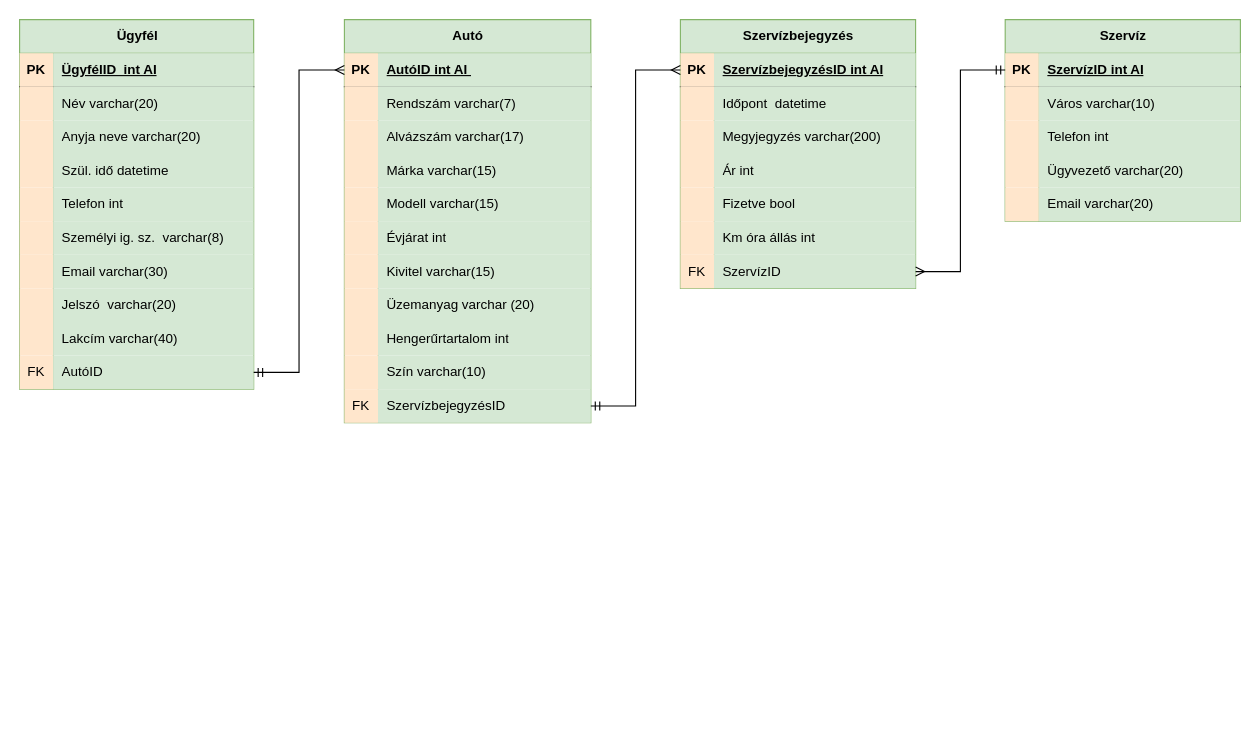
Before: Dokumentumok/Adatbázis/Eszerviz.drawio in bsze2szikri/E_szervizkonyv, a draw.io diagram. Source tidied: cells renumbered, new cells numbered last; positions are measured from the earlier drawing's top-left corner, leaving out a move shared by most shapes. Both pictures are drawn from the tidied source at 112%, with x=0, y=0 at pixel (19, 19).
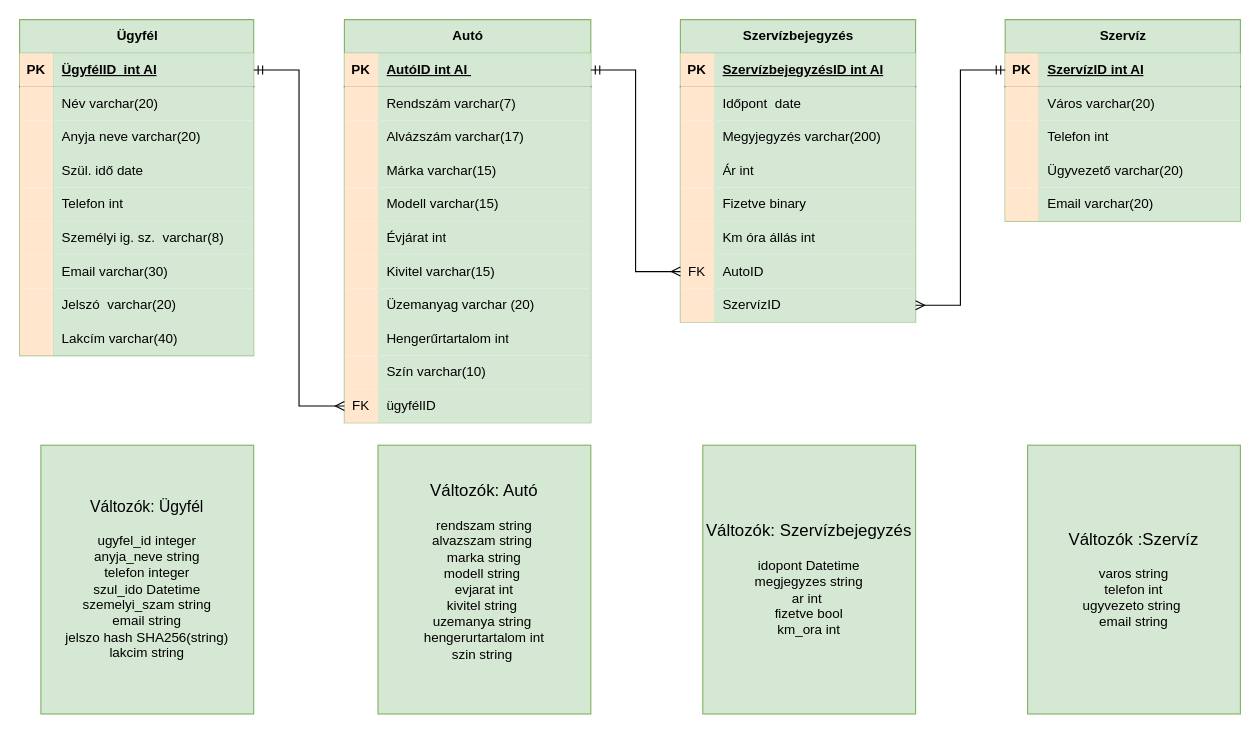
After the change.

The change refers to these unchanged cells:
```xml
<mxCell id="3" style="shape=tableRow;horizontal=0;startSize=0;swimlaneHead=0;swimlaneBody=0;fillColor=none;points=[[0,0.5],[1,0.5]];portConstraint=eastwest;top=0;left=0;right=0;bottom=1;" parent="2" vertex="1">
  <mxGeometry y="30" width="209" height="30" as="geometry" />
</mxCell>
<mxCell id="12" style="shape=tableRow;horizontal=0;startSize=0;swimlaneHead=0;swimlaneBody=0;fillColor=none;top=0;left=0;right=0;bottom=0;" parent="2" vertex="1">
  <mxGeometry y="120" width="209" height="30" as="geometry" />
</mxCell>
<mxCell id="34" style="shape=tableRow;horizontal=0;startSize=0;swimlaneHead=0;swimlaneBody=0;fillColor=none;points=[[0,0.5],[1,0.5]];portConstraint=eastwest;top=0;left=0;right=0;bottom=1;" parent="33" vertex="1">
  <mxGeometry y="30" width="220" height="30" as="geometry" />
</mxCell>
<mxCell id="64" style="shape=tableRow;horizontal=0;startSize=0;swimlaneHead=0;swimlaneBody=0;fillColor=none;points=[[0,0.5],[1,0.5]];portConstraint=eastwest;top=0;left=0;right=0;bottom=0;" parent="33" vertex="1">
  <mxGeometry y="330" width="220" height="30" as="geometry" />
</mxCell>
<mxCell id="68" style="shape=tableRow;horizontal=0;startSize=0;swimlaneHead=0;swimlaneBody=0;fillColor=none;points=[[0,0.5],[1,0.5]];portConstraint=eastwest;top=0;left=0;right=0;bottom=1;" parent="67" vertex="1">
  <mxGeometry y="30" width="210" height="30" as="geometry" />
</mxCell>
<mxCell id="71" style="shape=tableRow;horizontal=0;startSize=0;swimlaneHead=0;swimlaneBody=0;fillColor=none;top=0;left=0;right=0;bottom=0;" parent="67" vertex="1">
  <mxGeometry y="60" width="210" height="30" as="geometry" />
</mxCell>
<mxCell id="80" style="shape=tableRow;horizontal=0;startSize=0;swimlaneHead=0;swimlaneBody=0;fillColor=none;top=0;left=0;right=0;bottom=0;" parent="67" vertex="1">
  <mxGeometry y="150" width="210" height="30" as="geometry" />
</mxCell>
<mxCell id="86" style="shape=tableRow;horizontal=0;startSize=0;swimlaneHead=0;swimlaneBody=0;fillColor=none;points=[[0,0.5],[1,0.5]];portConstraint=eastwest;top=0;left=0;right=0;bottom=0;" parent="67" vertex="1">
  <mxGeometry y="210" width="210" height="30" as="geometry" />
</mxCell>
<mxCell id="90" style="shape=tableRow;horizontal=0;startSize=0;swimlaneHead=0;swimlaneBody=0;fillColor=none;points=[[0,0.5],[1,0.5]];portConstraint=eastwest;top=0;left=0;right=0;bottom=1;" parent="89" vertex="1">
  <mxGeometry y="30" width="210" height="30" as="geometry" />
</mxCell>
<mxCell id="93" style="shape=tableRow;horizontal=0;startSize=0;swimlaneHead=0;swimlaneBody=0;fillColor=none;top=0;left=0;right=0;bottom=0;" parent="89" vertex="1">
  <mxGeometry y="60" width="210" height="30" as="geometry" />
</mxCell>
```

What changed in the source:
```diff
@@
     <mxCell id="2" value="Ügyfél" style="shape=table;startSize=30;childLayout=tableLayout;rowLines=0;fontStyle=1;align=center;html=1;fillColor=#d5e8d4;strokeColor=#82b366;" parent="1" vertex="1">
-      <mxGeometry width="209" height="330" as="geometry" />
+      <mxGeometry width="209" height="300" as="geometry" />
     </mxCell>
@@
-    <mxCell id="14" value="Szül. idő datetime" style="shape=partialRectangle;fillColor=#d5e8d4;top=0;left=0;bottom=0;right=0;align=left;spacingLeft=6;overflow=hidden;whiteSpace=wrap;html=1;strokeColor=#82b366;" parent="12" vertex="1">
+    <mxCell id="14" value="Szül. idő date" style="shape=partialRectangle;fillColor=#d5e8d4;top=0;left=0;bottom=0;right=0;align=left;spacingLeft=6;overflow=hidden;whiteSpace=wrap;html=1;strokeColor=#82b366;" parent="12" vertex="1">
       <mxGeometry x="30" width="179" height="30" as="geometry" />
     </mxCell>
@@
-    <mxCell id="30" style="shape=tableRow;horizontal=0;startSize=0;swimlaneHead=0;swimlaneBody=0;fillColor=none;points=[[0,0.5],[1,0.5]];portConstraint=eastwest;top=0;left=0;right=0;bottom=0;" parent="2" vertex="1">
-      <mxGeometry y="300" width="209" height="30" as="geometry" />
-    </mxCell>
-    <mxCell id="31" value="FK" style="shape=partialRectangle;fillColor=#ffe6cc;top=0;left=0;bottom=0;right=0;overflow=hidden;whiteSpace=wrap;html=1;strokeColor=#d79b00;" parent="30" vertex="1">
-      <mxGeometry width="30" height="30" as="geometry" />
-    </mxCell>
-    <mxCell id="32" value="AutóID" style="shape=partialRectangle;fillColor=#d5e8d4;top=0;left=0;bottom=0;right=0;align=left;spacingLeft=6;overflow=hidden;whiteSpace=wrap;html=1;strokeColor=#82b366;" parent="30" vertex="1">
-      <mxGeometry x="30" width="179" height="30" as="geometry" />
-    </mxCell>
@@
-    <mxCell id="66" value="SzervízbejegyzésID" style="shape=partialRectangle;fillColor=#d5e8d4;top=0;left=0;bottom=0;right=0;align=left;spacingLeft=6;overflow=hidden;whiteSpace=wrap;html=1;strokeColor=#82b366;" parent="64" vertex="1">
+    <mxCell id="66" value="ügyfélID" style="shape=partialRectangle;fillColor=#d5e8d4;top=0;left=0;bottom=0;right=0;align=left;spacingLeft=6;overflow=hidden;whiteSpace=wrap;html=1;strokeColor=#82b366;" parent="64" vertex="1">
       <mxGeometry x="30" width="190" height="30" as="geometry" />
     </mxCell>
     <mxCell id="67" value="Szervízbejegyzés" style="shape=table;startSize=30;childLayout=tableLayout;rowLines=0;fontStyle=1;align=center;html=1;fillColor=#d5e8d4;strokeColor=#82b366;" parent="1" vertex="1">
-      <mxGeometry x="590" width="210" height="240" as="geometry" />
+      <mxGeometry x="590" width="210" height="270" as="geometry" />
     </mxCell>
@@
-    <mxCell id="73" value="Időpont&amp;nbsp; datetime" style="shape=partialRectangle;fillColor=#d5e8d4;top=0;left=0;bottom=0;right=0;align=left;spacingLeft=6;overflow=hidden;whiteSpace=wrap;html=1;strokeColor=#82b366;shadow=0;" parent="71" vertex="1">
+    <mxCell id="73" value="Időpont&amp;nbsp; date" style="shape=partialRectangle;fillColor=#d5e8d4;top=0;left=0;bottom=0;right=0;align=left;spacingLeft=6;overflow=hidden;whiteSpace=wrap;html=1;strokeColor=#82b366;shadow=0;" parent="71" vertex="1">
       <mxGeometry x="30" width="180" height="30" as="geometry" />
     </mxCell>
@@
-    <mxCell id="82" value="Fizetve bool" style="shape=partialRectangle;fillColor=#d5e8d4;top=0;left=0;bottom=0;right=0;align=left;spacingLeft=6;overflow=hidden;whiteSpace=wrap;html=1;strokeColor=#82b366;shadow=0;" parent="80" vertex="1">
+    <mxCell id="82" value="Fizetve binary" style="shape=partialRectangle;fillColor=#d5e8d4;top=0;left=0;bottom=0;right=0;align=left;spacingLeft=6;overflow=hidden;whiteSpace=wrap;html=1;strokeColor=#82b366;shadow=0;" parent="80" vertex="1">
       <mxGeometry x="30" width="180" height="30" as="geometry" />
     </mxCell>
@@
-    <mxCell id="88" value="SzervízID" style="shape=partialRectangle;fillColor=#d5e8d4;top=0;left=0;bottom=0;right=0;align=left;spacingLeft=6;overflow=hidden;whiteSpace=wrap;html=1;strokeColor=#82b366;shadow=0;" parent="86" vertex="1">
+    <mxCell id="88" value="AutoID" style="shape=partialRectangle;fillColor=#d5e8d4;top=0;left=0;bottom=0;right=0;align=left;spacingLeft=6;overflow=hidden;whiteSpace=wrap;html=1;strokeColor=#82b366;shadow=0;" parent="86" vertex="1">
       <mxGeometry x="30" width="180" height="30" as="geometry" />
     </mxCell>
+    <mxCell id="108" style="shape=tableRow;horizontal=0;startSize=0;swimlaneHead=0;swimlaneBody=0;fillColor=none;points=[[0,0.5],[1,0.5]];portConstraint=eastwest;top=0;left=0;right=0;bottom=0;" parent="67" vertex="1">
+      <mxGeometry y="240" width="210" height="30" as="geometry" />
+    </mxCell>
+    <mxCell id="109" style="shape=partialRectangle;fillColor=#ffe6cc;top=0;left=0;bottom=0;right=0;overflow=hidden;whiteSpace=wrap;html=1;strokeColor=#d79b00;" parent="108" vertex="1">
+      <mxGeometry width="30" height="30" as="geometry" />
+    </mxCell>
+    <mxCell id="110" value="SzervízID" style="shape=partialRectangle;fillColor=#d5e8d4;top=0;left=0;bottom=0;right=0;align=left;spacingLeft=6;overflow=hidden;whiteSpace=wrap;html=1;strokeColor=#82b366;shadow=0;" parent="108" vertex="1">
+      <mxGeometry x="30" width="180" height="30" as="geometry" />
+    </mxCell>
@@
-    <mxCell id="95" value="Város varchar(10)" style="shape=partialRectangle;fillColor=#d5e8d4;top=0;left=0;bottom=0;right=0;align=left;spacingLeft=6;overflow=hidden;whiteSpace=wrap;html=1;strokeColor=#82b366;shadow=0;" parent="93" vertex="1">
+    <mxCell id="95" value="Város varchar(20)" style="shape=partialRectangle;fillColor=#d5e8d4;top=0;left=0;bottom=0;right=0;align=left;spacingLeft=6;overflow=hidden;whiteSpace=wrap;html=1;strokeColor=#82b366;shadow=0;" parent="93" vertex="1">
       <mxGeometry x="30" width="180" height="30" as="geometry" />
     </mxCell>
@@
-    <mxCell id="105" style="edgeStyle=orthogonalEdgeStyle;rounded=0;jettySize=auto;html=1;entryX=0;entryY=0.5;entryDx=0;entryDy=0;startArrow=ERmandOne;startFill=0;endArrow=ERmany;endFill=0;exitX=1;exitY=0.5;exitDx=0;exitDy=0;" parent="1" edge="1" source="30" target="34">
+    <mxCell id="105" style="edgeStyle=orthogonalEdgeStyle;rounded=0;jettySize=auto;html=1;entryX=0;entryY=0.5;entryDx=0;entryDy=0;startArrow=ERmandOne;startFill=0;endArrow=ERmany;endFill=0;exitX=1;exitY=0.5;exitDx=0;exitDy=0;" parent="1" edge="1" source="3" target="64">
       <mxGeometry relative="1" as="geometry" />
     </mxCell>
-    <mxCell id="106" style="edgeStyle=orthogonalEdgeStyle;rounded=0;jettySize=auto;html=1;startArrow=ERmandOne;startFill=0;endArrow=ERmany;endFill=0;entryX=0;entryY=0.5;entryDx=0;entryDy=0;exitX=1;exitY=0.5;exitDx=0;exitDy=0;" parent="1" edge="1" source="64" target="68">
+    <mxCell id="106" style="edgeStyle=orthogonalEdgeStyle;rounded=0;jettySize=auto;html=1;startArrow=ERmandOne;startFill=0;endArrow=ERmany;endFill=0;entryX=0;entryY=0.5;entryDx=0;entryDy=0;exitX=1;exitY=0.5;exitDx=0;exitDy=0;" parent="1" edge="1" source="34" target="86">
       <mxGeometry relative="1" as="geometry" />
     </mxCell>
-    <mxCell id="107" style="edgeStyle=orthogonalEdgeStyle;rounded=0;jettySize=auto;html=1;entryX=0;entryY=0.5;entryDx=0;entryDy=0;startArrow=ERmany;startFill=0;endArrow=ERmandOne;endFill=0;exitX=1;exitY=0.5;exitDx=0;exitDy=0;" parent="1" edge="1" source="86" target="90">
+    <mxCell id="107" style="edgeStyle=orthogonalEdgeStyle;rounded=0;jettySize=auto;html=1;entryX=0;entryY=0.5;entryDx=0;entryDy=0;startArrow=ERmany;startFill=0;endArrow=ERmandOne;endFill=0;exitX=1;exitY=0.5;exitDx=0;exitDy=0;" parent="1" edge="1" source="108" target="90">
       <mxGeometry relative="1" as="geometry" />
     </mxCell>
+    <mxCell id="111" value="&lt;font style=&quot;&quot;&gt;&lt;font style=&quot;font-size: 15px;&quot;&gt;Változók: Autó&lt;/font&gt;&lt;br&gt;&lt;br&gt;rendszam string&lt;br&gt;alvazszam string&amp;nbsp;&lt;br&gt;marka string&lt;br&gt;modell string&amp;nbsp;&lt;br&gt;evjarat int&lt;br&gt;kivitel string&amp;nbsp;&lt;br&gt;uzemanya string&amp;nbsp;&lt;br&gt;hengerurtartalom int&lt;br&gt;szin string&amp;nbsp;&lt;br&gt;&amp;nbsp;&lt;br&gt;&lt;/font&gt;" style="text;html=1;strokeColor=#82b366;fillColor=#d5e8d4;align=center;verticalAlign=middle;whiteSpace=wrap;rounded=0;" parent="1" vertex="1">
+      <mxGeometry x="320" y="380" width="190" height="240" as="geometry" />
+    </mxCell>
+    <mxCell id="112" value="&lt;font style=&quot;&quot;&gt;&lt;font style=&quot;border-color: var(--border-color); font-size: 14px;&quot;&gt;Változók: Ügyfél&lt;/font&gt;&lt;br style=&quot;border-color: var(--border-color);&quot;&gt;&lt;br style=&quot;border-color: var(--border-color);&quot;&gt;ugyfel_id integer&lt;br style=&quot;border-color: var(--border-color);&quot;&gt;anyja_neve string&lt;br style=&quot;border-color: var(--border-color);&quot;&gt;telefon integer&lt;br style=&quot;border-color: var(--border-color);&quot;&gt;szul_ido Datetime&lt;br style=&quot;border-color: var(--border-color);&quot;&gt;szemelyi_szam string&lt;br style=&quot;border-color: var(--border-color);&quot;&gt;email string&lt;br style=&quot;border-color: var(--border-color);&quot;&gt;jelszo hash SHA256(string)&lt;br style=&quot;border-color: var(--border-color);&quot;&gt;lakcim string&lt;br&gt;&lt;/font&gt;" style="text;html=1;strokeColor=#82b366;fillColor=#d5e8d4;align=center;verticalAlign=middle;whiteSpace=wrap;rounded=0;" parent="1" vertex="1">
+      <mxGeometry x="19" y="380" width="190" height="240" as="geometry" />
+    </mxCell>
+    <mxCell id="113" value="&lt;font style=&quot;&quot;&gt;&lt;span style=&quot;font-size: 15px;&quot;&gt;Változók: Szervízbejegyzés&lt;br&gt;&lt;/span&gt;&lt;br&gt;idopont Datetime&lt;br&gt;megjegyzes string&lt;br&gt;ar int&amp;nbsp;&lt;br&gt;fizetve bool&lt;br&gt;km_ora int&lt;br&gt;&lt;/font&gt;" style="text;html=1;strokeColor=#82b366;fillColor=#d5e8d4;align=center;verticalAlign=middle;whiteSpace=wrap;rounded=0;" parent="1" vertex="1">
+      <mxGeometry x="610" y="380" width="190" height="240" as="geometry" />
+    </mxCell>
+    <mxCell id="114" value="&lt;font style=&quot;&quot;&gt;&lt;span style=&quot;font-size: 15px;&quot;&gt;Változók :Szervíz&lt;br&gt;&lt;/span&gt;&lt;br&gt;varos string&lt;br&gt;telefon int&lt;br&gt;ugyvezeto string&amp;nbsp;&lt;br&gt;email string&lt;br&gt;&lt;/font&gt;" style="text;html=1;strokeColor=#82b366;fillColor=#d5e8d4;align=center;verticalAlign=middle;whiteSpace=wrap;rounded=0;" parent="1" vertex="1">
+      <mxGeometry x="900" y="380" width="190" height="240" as="geometry" />
+    </mxCell>
```
